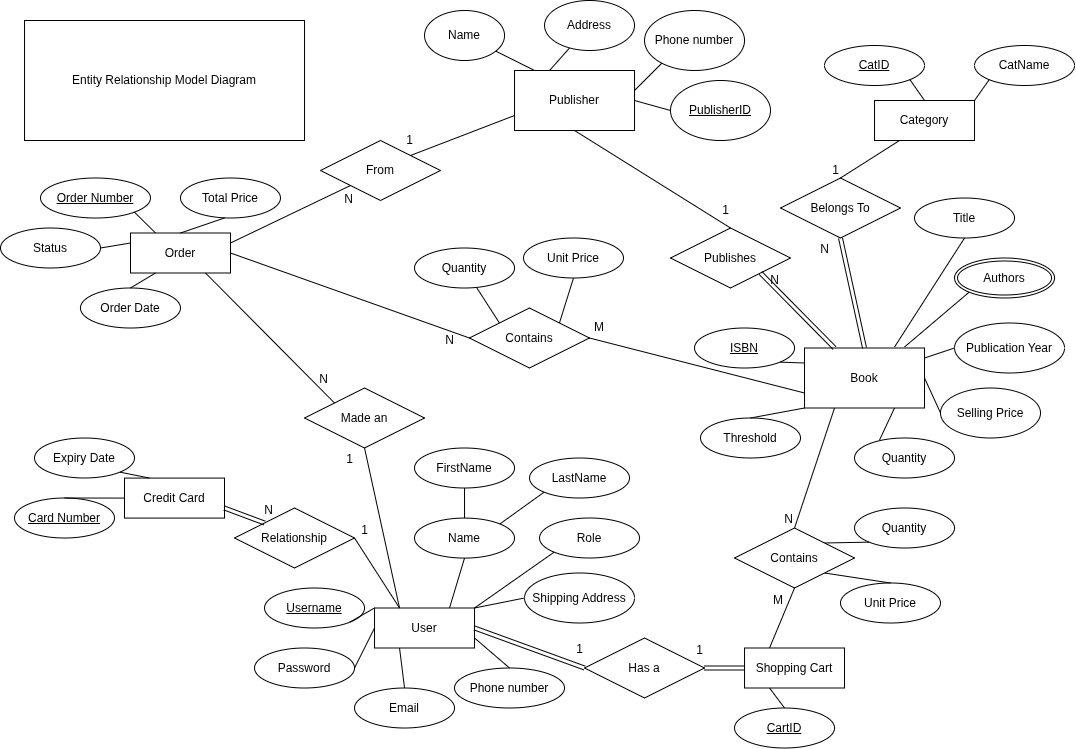
Earlier version of the draw.io export src/Database/images/ERD.png (seifmaazouz/order-processing-system). Source tidied: cells renumbered, new cells last; positions are measured from the earlier drawing's top-left corner, leaving out a move shared by most shapes.
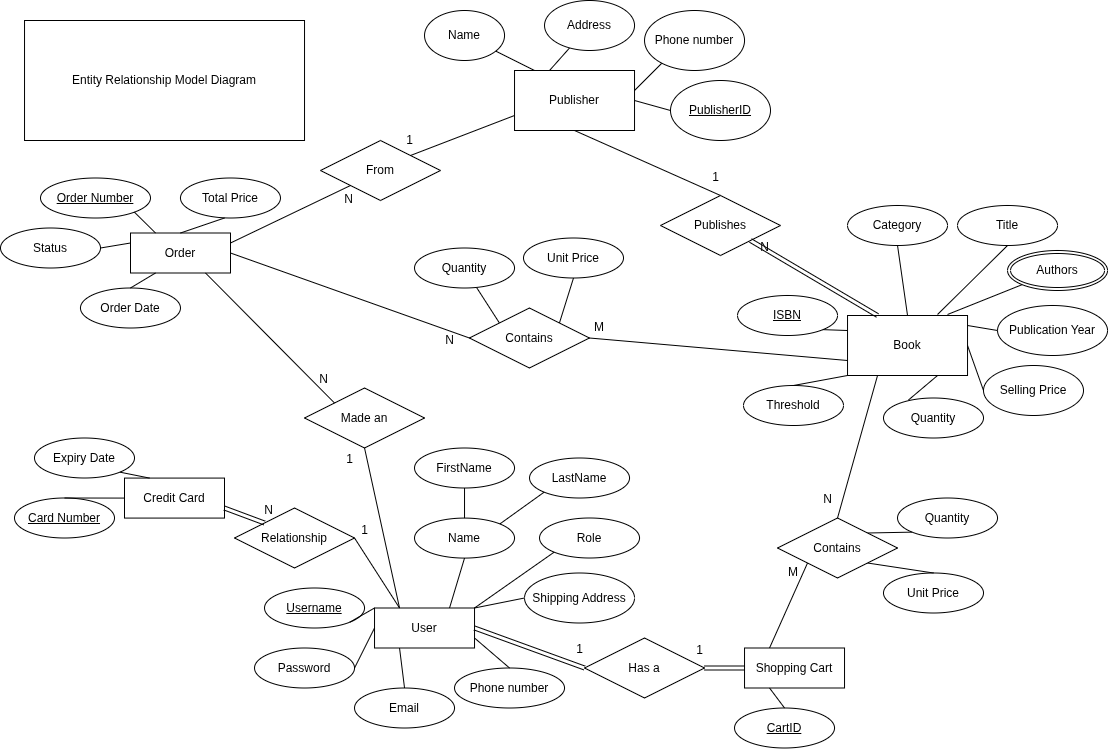
After the commit.

Commit message:
Tweak: removed category table for optimization

Change to the diagram source:
```diff
@@ -38,58 +38,58 @@
       <mxGeometry x="644" y="10" width="100" height="60" as="geometry" />
     </mxCell>
     <mxCell id="11" value="Book" style="rounded=0;whiteSpace=wrap;html=1;" parent="1" vertex="1">
-      <mxGeometry x="804" y="347.5" width="120" height="60" as="geometry" />
+      <mxGeometry x="847" y="315" width="120" height="60" as="geometry" />
     </mxCell>
     <mxCell id="12" value="ISBN" style="ellipse;whiteSpace=wrap;html=1;align=center;fontStyle=4;" parent="1" vertex="1">
-      <mxGeometry x="694" y="327.5" width="100" height="40" as="geometry" />
+      <mxGeometry x="737" y="295" width="100" height="40" as="geometry" />
     </mxCell>
     <mxCell id="13" style="endArrow=none;html=1;rounded=0;exitX=1;exitY=1;exitDx=0;exitDy=0;entryX=0;entryY=0.25;entryDx=0;entryDy=0;" parent="1" edge="1" source="12" target="11">
       <mxGeometry relative="1" as="geometry" />
     </mxCell>
     <mxCell id="14" value="Title" style="ellipse;whiteSpace=wrap;html=1;align=center;" parent="1" vertex="1">
-      <mxGeometry x="914" y="197.5" width="100" height="40" as="geometry" />
+      <mxGeometry x="957" y="205" width="100" height="40" as="geometry" />
     </mxCell>
     <mxCell id="15" style="endArrow=none;html=1;rounded=0;exitX=0.5;exitY=1;exitDx=0;exitDy=0;" parent="1" edge="1" source="14">
       <mxGeometry relative="1" as="geometry">
-        <mxPoint x="894" y="346.5" as="targetPoint" />
+        <mxPoint x="937" y="314" as="targetPoint" />
       </mxGeometry>
     </mxCell>
     <mxCell id="16" value="Authors" style="ellipse;shape=doubleEllipse;margin=3;whiteSpace=wrap;html=1;align=center;" parent="1" vertex="1">
-      <mxGeometry x="954" y="257.5" width="100" height="40" as="geometry" />
+      <mxGeometry x="1007" y="250" width="100" height="40" as="geometry" />
     </mxCell>
     <mxCell id="17" style="endArrow=none;html=1;rounded=0;entryX=0;entryY=1;entryDx=0;entryDy=0;" parent="1" edge="1" target="16">
       <mxGeometry relative="1" as="geometry">
-        <mxPoint x="904" y="346.5" as="sourcePoint" />
+        <mxPoint x="947" y="314" as="sourcePoint" />
       </mxGeometry>
     </mxCell>
     <mxCell id="18" value="Publication Year" style="ellipse;whiteSpace=wrap;html=1;align=center;" parent="1" vertex="1">
-      <mxGeometry x="954" y="322.5" width="110" height="50" as="geometry" />
+      <mxGeometry x="997" y="305" width="110" height="50" as="geometry" />
     </mxCell>
     <mxCell id="19" style="endArrow=none;html=1;rounded=0;entryX=0;entryY=0.5;entryDx=0;entryDy=0;" parent="1" edge="1" target="18">
       <mxGeometry relative="1" as="geometry">
-        <mxPoint x="924" y="357.5" as="sourcePoint" />
+        <mxPoint x="967" y="325" as="sourcePoint" />
       </mxGeometry>
     </mxCell>
     <mxCell id="20" value="Selling Price" style="ellipse;whiteSpace=wrap;html=1;align=center;" parent="1" vertex="1">
-      <mxGeometry x="940" y="387.5" width="100" height="50" as="geometry" />
+      <mxGeometry x="983" y="365" width="100" height="50" as="geometry" />
     </mxCell>
     <mxCell id="21" style="endArrow=none;html=1;rounded=0;entryX=0;entryY=0.5;entryDx=0;entryDy=0;exitX=1;exitY=0.5;exitDx=0;exitDy=0;" parent="1" edge="1" source="11" target="20">
       <mxGeometry relative="1" as="geometry" />
     </mxCell>
     <mxCell id="22" value="Threshold" style="ellipse;whiteSpace=wrap;html=1;align=center;" parent="1" vertex="1">
-      <mxGeometry x="700" y="417.5" width="100" height="40" as="geometry" />
+      <mxGeometry x="743" y="385" width="100" height="40" as="geometry" />
     </mxCell>
     <mxCell id="23" style="endArrow=none;html=1;rounded=0;entryX=0;entryY=1;entryDx=0;entryDy=0;exitX=0.5;exitY=0;exitDx=0;exitDy=0;" parent="1" edge="1" source="22" target="11">
       <mxGeometry relative="1" as="geometry" />
     </mxCell>
     <mxCell id="24" value="Quantity" style="ellipse;whiteSpace=wrap;html=1;align=center;" parent="1" vertex="1">
-      <mxGeometry x="854" y="437.5" width="100" height="40" as="geometry" />
+      <mxGeometry x="883" y="397.5" width="100" height="40" as="geometry" />
     </mxCell>
     <mxCell id="25" style="endArrow=none;html=1;rounded=0;entryX=0.75;entryY=1;entryDx=0;entryDy=0;exitX=0.25;exitY=0.05;exitDx=0;exitDy=0;exitPerimeter=0;" parent="1" edge="1" source="24" target="11">
       <mxGeometry relative="1" as="geometry" />
     </mxCell>
     <mxCell id="26" value="Publishes" style="shape=rhombus;perimeter=rhombusPerimeter;whiteSpace=wrap;html=1;align=center;" parent="1" vertex="1">
-      <mxGeometry x="670" y="227.5" width="120" height="60" as="geometry" />
+      <mxGeometry x="660" y="195" width="120" height="60" as="geometry" />
     </mxCell>
     <mxCell id="27" style="endArrow=none;html=1;rounded=0;exitX=0.5;exitY=1;exitDx=0;exitDy=0;entryX=0.5;entryY=0;entryDx=0;entryDy=0;" parent="1" edge="1" source="2" target="26">
       <mxGeometry relative="1" as="geometry" />
@@ -144,23 +144,21 @@
     <mxCell id="43" value="Has a" style="shape=rhombus;perimeter=rhombusPerimeter;whiteSpace=wrap;html=1;align=center;" parent="1" vertex="1">
       <mxGeometry x="584" y="637.5" width="120" height="60" as="geometry" />
     </mxCell>
-    <mxCell id="44" style="endArrow=none;html=1;rounded=0;exitX=0.25;exitY=0;exitDx=0;exitDy=0;entryX=0.5;entryY=1;entryDx=0;entryDy=0;" parent="1" edge="1" source="40">
-      <mxGeometry relative="1" as="geometry">
-        <mxPoint x="794" y="587.5" as="targetPoint" />
-      </mxGeometry>
+    <mxCell id="44" style="endArrow=none;html=1;rounded=0;exitX=0.25;exitY=0;exitDx=0;exitDy=0;entryX=0;entryY=1;entryDx=0;entryDy=0;" parent="1" edge="1" source="40" target="113">
+      <mxGeometry relative="1" as="geometry" />
     </mxCell>
     <mxCell id="45" value="M" style="html=1;whiteSpace=wrap;align=right;verticalAlign=bottom;" parent="44" vertex="1">
       <mxGeometry x="1" relative="1" as="geometry">
-        <mxPoint x="-10" y="20" as="offset" />
+        <mxPoint x="33" y="10" as="offset" />
       </mxGeometry>
     </mxCell>
-    <mxCell id="46" style="endArrow=none;html=1;rounded=0;exitX=0.25;exitY=1;exitDx=0;exitDy=0;entryX=0.5;entryY=0;entryDx=0;entryDy=0;" parent="1" edge="1" source="11">
-      <mxGeometry relative="1" as="geometry">
-        <mxPoint x="794" y="527.5" as="targetPoint" />
-      </mxGeometry>
+    <mxCell id="46" style="endArrow=none;html=1;rounded=0;exitX=0.25;exitY=1;exitDx=0;exitDy=0;entryX=0.5;entryY=0;entryDx=0;entryDy=0;" parent="1" edge="1" source="11" target="113">
+      <mxGeometry relative="1" as="geometry" />
     </mxCell>
     <mxCell id="47" value="N" style="html=1;whiteSpace=wrap;align=right;verticalAlign=bottom;" parent="46" vertex="1">
-      <mxGeometry x="1" relative="1" as="geometry" />
+      <mxGeometry x="1" relative="1" as="geometry">
+        <mxPoint x="-4" y="-10" as="offset" />
+      </mxGeometry>
     </mxCell>
     <mxCell id="48" style="shape=link;html=1;rounded=0;exitX=0.25;exitY=0;exitDx=0;exitDy=0;entryX=1;entryY=1;entryDx=0;entryDy=0;" parent="1" edge="1" source="11" target="26">
       <mxGeometry relative="1" as="geometry" />
@@ -171,10 +169,10 @@
       </mxGeometry>
     </mxCell>
     <mxCell id="50" value="Quantity" style="ellipse;whiteSpace=wrap;html=1;align=center;" parent="1" vertex="1">
-      <mxGeometry x="854" y="507.5" width="100" height="40" as="geometry" />
+      <mxGeometry x="897" y="497.5" width="100" height="40" as="geometry" />
     </mxCell>
     <mxCell id="51" value="Unit Price" style="ellipse;whiteSpace=wrap;html=1;align=center;" parent="1" vertex="1">
-      <mxGeometry x="840" y="582.5" width="100" height="40" as="geometry" />
+      <mxGeometry x="883" y="572.5" width="100" height="40" as="geometry" />
     </mxCell>
     <mxCell id="52" style="endArrow=none;html=1;rounded=0;entryX=1;entryY=0;entryDx=0;entryDy=0;exitX=0;exitY=1;exitDx=0;exitDy=0;" parent="1" edge="1" source="50" target="113">
       <mxGeometry relative="1" as="geometry" />
@@ -306,38 +304,6 @@
     <mxCell id="89" style="endArrow=none;html=1;rounded=0;exitX=1;exitY=0;exitDx=0;exitDy=0;entryX=0.5;entryY=1;entryDx=0;entryDy=0;" parent="1" edge="1" source="106" target="88">
       <mxGeometry relative="1" as="geometry" />
     </mxCell>
-    <mxCell id="90" value="Category" style="whiteSpace=wrap;html=1;align=center;" parent="1" vertex="1">
-      <mxGeometry x="874" y="100" width="100" height="40" as="geometry" />
-    </mxCell>
-    <mxCell id="91" value="CatName" style="ellipse;whiteSpace=wrap;html=1;align=center;" parent="1" vertex="1">
-      <mxGeometry x="974" y="45" width="100" height="40" as="geometry" />
-    </mxCell>
-    <mxCell id="92" value="CatID" style="ellipse;whiteSpace=wrap;html=1;align=center;fontStyle=4;" parent="1" vertex="1">
-      <mxGeometry x="824" y="45" width="100" height="40" as="geometry" />
-    </mxCell>
-    <mxCell id="93" style="endArrow=none;html=1;rounded=0;entryX=1;entryY=1;entryDx=0;entryDy=0;exitX=0.5;exitY=0;exitDx=0;exitDy=0;" parent="1" edge="1" source="90" target="92">
-      <mxGeometry relative="1" as="geometry" />
-    </mxCell>
-    <mxCell id="94" style="endArrow=none;html=1;rounded=0;entryX=0;entryY=1;entryDx=0;entryDy=0;exitX=1;exitY=0;exitDx=0;exitDy=0;" parent="1" edge="1" source="90" target="91">
-      <mxGeometry relative="1" as="geometry" />
-    </mxCell>
-    <mxCell id="95" style="shape=link;html=1;rounded=0;exitX=0.5;exitY=0;exitDx=0;exitDy=0;entryX=0.5;entryY=1;entryDx=0;entryDy=0;" parent="1" edge="1" source="11" target="97">
-      <mxGeometry relative="1" as="geometry" />
-    </mxCell>
-    <mxCell id="96" value="N" style="html=1;whiteSpace=wrap;align=right;verticalAlign=bottom;" parent="95" vertex="1">
-      <mxGeometry x="1" relative="1" as="geometry">
-        <mxPoint x="-10" y="20" as="offset" />
-      </mxGeometry>
-    </mxCell>
-    <mxCell id="97" value="Belongs To" style="shape=rhombus;perimeter=rhombusPerimeter;whiteSpace=wrap;html=1;align=center;" parent="1" vertex="1">
-      <mxGeometry x="780" y="177.5" width="120" height="60" as="geometry" />
-    </mxCell>
-    <mxCell id="98" style="endArrow=none;html=1;rounded=0;exitX=0.25;exitY=1;exitDx=0;exitDy=0;entryX=0.5;entryY=0;entryDx=0;entryDy=0;" parent="1" edge="1" source="90" target="97">
-      <mxGeometry relative="1" as="geometry" />
-    </mxCell>
-    <mxCell id="99" value="1" style="html=1;whiteSpace=wrap;align=right;verticalAlign=bottom;" parent="98" vertex="1">
-      <mxGeometry x="1" relative="1" as="geometry" />
-    </mxCell>
     <mxCell id="100" value="From" style="shape=rhombus;perimeter=rhombusPerimeter;whiteSpace=wrap;html=1;align=center;" parent="1" vertex="1">
       <mxGeometry x="320" y="140" width="120" height="60" as="geometry" />
     </mxCell>
@@ -382,7 +348,7 @@
       <mxGeometry relative="1" as="geometry" />
     </mxCell>
     <mxCell id="113" value="Contains" style="shape=rhombus;perimeter=rhombusPerimeter;whiteSpace=wrap;html=1;align=center;" parent="1" vertex="1">
-      <mxGeometry x="734" y="527.5" width="120" height="60" as="geometry" />
+      <mxGeometry x="777" y="517.5" width="120" height="60" as="geometry" />
     </mxCell>
     <mxCell id="114" value="Role" style="ellipse;whiteSpace=wrap;html=1;align=center;" parent="1" vertex="1">
       <mxGeometry x="539" y="517.5" width="100" height="40" as="geometry" />
@@ -390,5 +356,16 @@
     <mxCell id="115" style="endArrow=none;html=1;rounded=0;exitX=1;exitY=0;exitDx=0;exitDy=0;entryX=0;entryY=1;entryDx=0;entryDy=0;" parent="1" edge="1" source="29" target="114">
       <mxGeometry relative="1" as="geometry" />
     </mxCell>
+    <mxCell id="90" value="Category" style="ellipse;whiteSpace=wrap;html=1;align=center;" parent="1" vertex="1">
+      <mxGeometry x="847" y="205" width="100" height="40" as="geometry" />
+    </mxCell>
+    <mxCell id="116" style="endArrow=none;html=1;rounded=0;entryX=0.5;entryY=1;entryDx=0;entryDy=0;exitX=0.5;exitY=0;exitDx=0;exitDy=0;" parent="1" edge="1" source="11" target="90">
+      <mxGeometry relative="1" as="geometry" />
+    </mxCell>
+    <mxCell id="117" value="M" style="html=1;whiteSpace=wrap;align=right;verticalAlign=bottom;" parent="1" vertex="1">
+      <mxGeometry x="787" y="567.5" as="geometry">
+        <mxPoint x="12" y="12" as="offset" />
+      </mxGeometry>
+    </mxCell>
   </root>
 </mxGraphModel>
```
